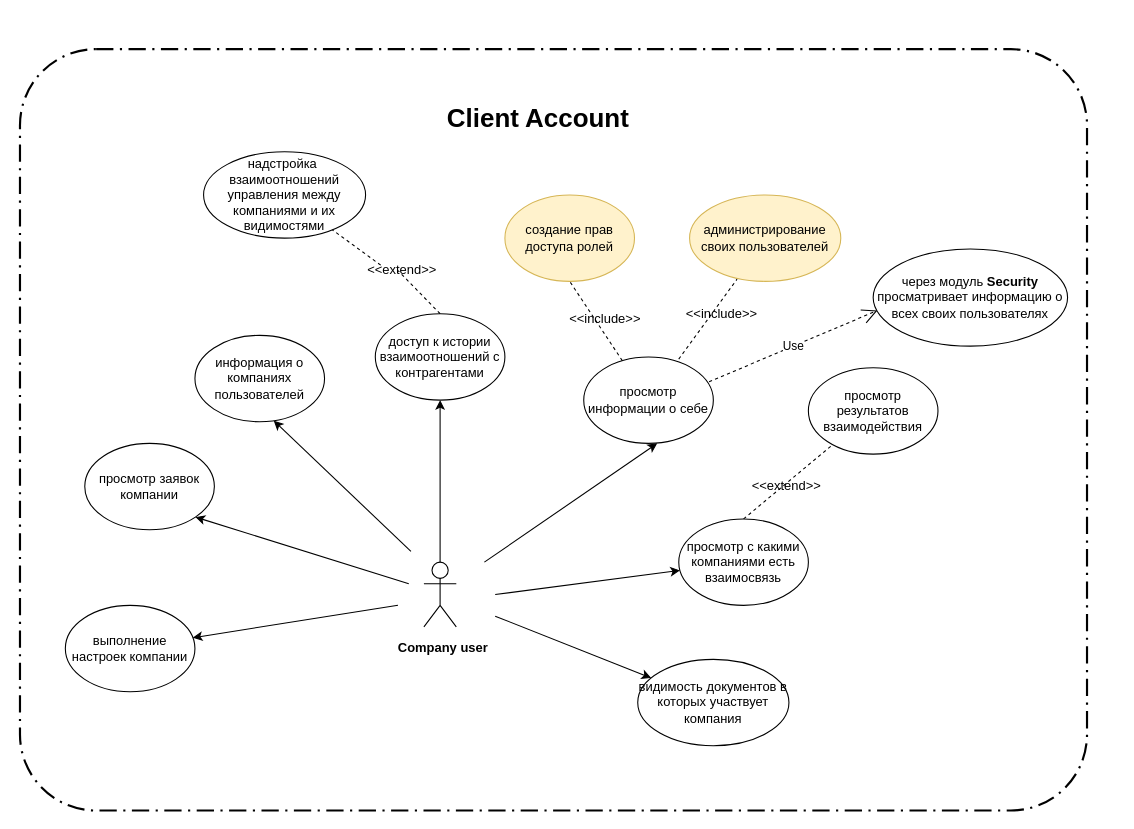
The draw.io diagram module diagr.drawio in annastazi02/diagrams, before the edit. Source tidied: cells renumbered, new cells numbered last; positions are measured from the earlier drawing's top-left corner, leaving out a move shared by most shapes. Both pictures are drawn from the tidied source at 108%, with x=0, y=0 at pixel (19, 49).
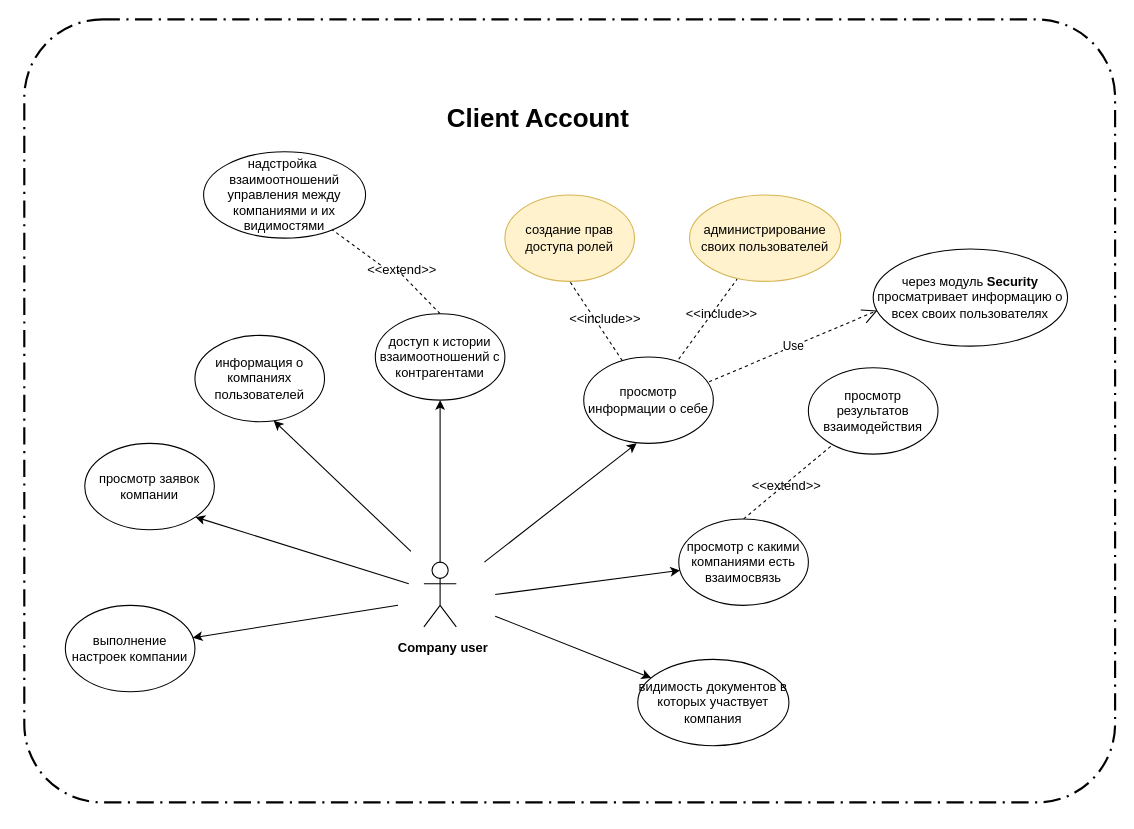
The same page after the edit.

Unchanged cells that the change refers to:
```xml
<mxCell id="7" value="просмотр информации о себе" style="ellipse;whiteSpace=wrap;html=1;" parent="1" vertex="1">
  <mxGeometry x="522" y="285" width="120" height="80" as="geometry" />
</mxCell>
```

Change to the diagram source:
```diff
@@
-    <mxCell id="8" style="endArrow=classic;html=1;entryX=0.567;entryY=1;entryDx=0;entryDy=0;entryPerimeter=0;" parent="1" edge="1" target="7">
+    <mxCell id="8" style="endArrow=classic;html=1;entryX=0.408;entryY=1;entryDx=0;entryDy=0;entryPerimeter=0;" parent="1" edge="1" target="7">
       <mxGeometry relative="1" as="geometry">
         <mxPoint x="430" y="475" as="sourcePoint" />
       </mxGeometry>
     </mxCell>
@@
     <mxCell id="32" style="rounded=1;arcSize=10;dashed=1;strokeColor=#000000;fillColor=none;gradientColor=none;dashPattern=8 3 1 3;strokeWidth=2;" parent="1" vertex="1">
-      <mxGeometry width="988" height="705" as="geometry" />
+      <mxGeometry x="4" y="-27.5" width="1010" height="725" as="geometry" />
     </mxCell>
```
